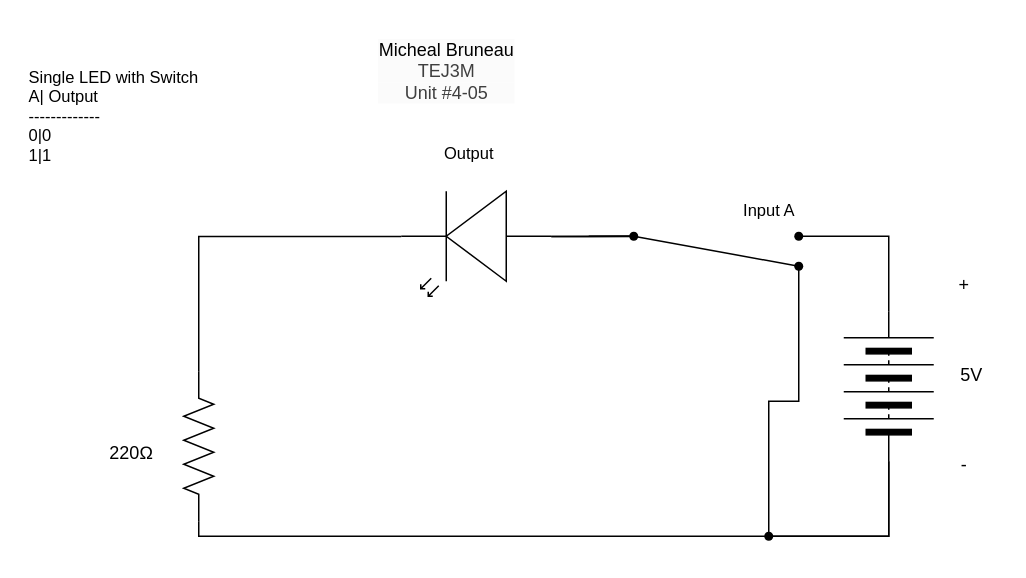
The draw.io diagram TEJ3M 4-05/schematic diagram.drawio in michael-bruneau/TEJ3M-Unit-4, before the edit. Source tidied: cells renumbered, new cells numbered last; positions are measured from the earlier drawing's top-left corner, leaving out a move shared by most shapes. Both pictures are drawn from the tidied source at 150%, with x=0, y=0 at pixel (26, 26).
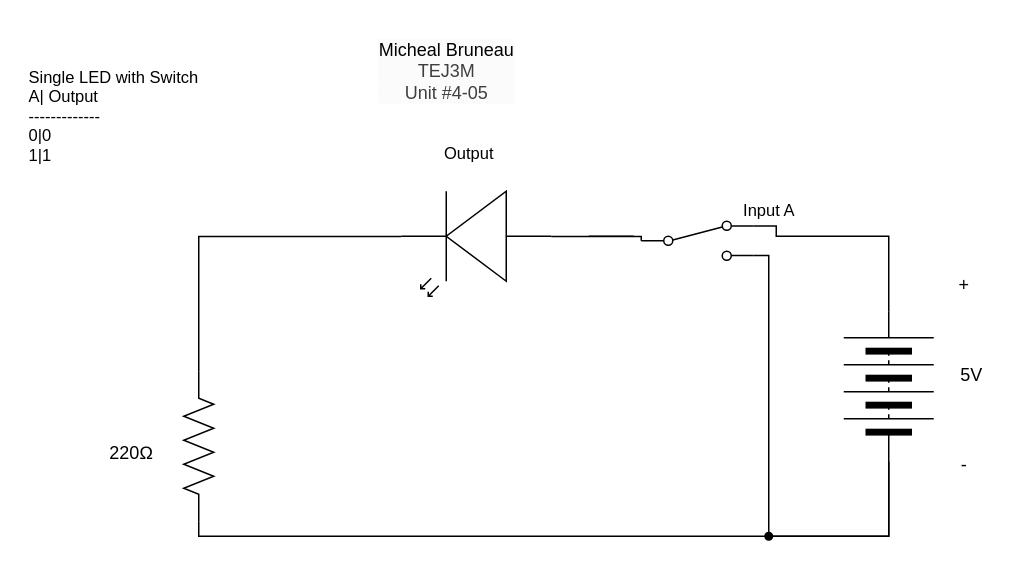
After the change.

The change refers to these unchanged cells:
```xml
<mxCell id="2" style="verticalLabelPosition=bottom;shadow=0;dashed=0;align=center;html=1;verticalAlign=top;shape=mxgraph.electrical.miscellaneous.batteryStack;rotation=-90;" parent="1" vertex="1">
  <mxGeometry x="525" y="210" width="100" height="60" as="geometry" />
</mxCell>
<mxCell id="6" style="verticalLabelPosition=bottom;shadow=0;dashed=0;align=center;html=1;verticalAlign=top;shape=mxgraph.electrical.opto_electronics.led_2;rotation=-180;" parent="1" vertex="1">
  <mxGeometry x="250" y="110" width="100" height="70" as="geometry" />
</mxCell>
<mxCell id="23" style="shape=waypoint;sketch=0;fillStyle=solid;size=6;points=[];fillColor=none;perimeter=centerPerimeter;snapToPoint=1;fontFamily=Helvetica;fontSize=11;fontColor=default;labelBackgroundColor=default;" parent="1" vertex="1">
  <mxGeometry x="485" y="330" width="20" height="20" as="geometry" />
</mxCell>
```

The edit, as a diff of the source:
```diff
@@
-    <mxCell id="12" style="edgeStyle=orthogonalEdgeStyle;shape=connector;curved=0;rounded=0;html=1;exitDx=0;exitDy=0;exitPerimeter=0;strokeColor=default;align=center;verticalAlign=middle;fontFamily=Helvetica;fontSize=11;fontColor=default;labelBackgroundColor=default;endArrow=none;endFill=0;" parent="1" edge="1" source="14">
+    <mxCell id="12" style="edgeStyle=orthogonalEdgeStyle;shape=connector;curved=0;rounded=0;html=1;exitDx=0;exitDy=0;exitPerimeter=0;strokeColor=default;align=center;verticalAlign=middle;fontFamily=Helvetica;fontSize=11;fontColor=default;labelBackgroundColor=default;endArrow=none;endFill=0;" parent="1" edge="1">
       <mxGeometry relative="1" as="geometry">
+        <mxPoint x="405" y="140" as="sourcePoint" />
         <mxPoint x="405" y="140" as="targetPoint" />
         <Array as="points">
           <mxPoint x="375" y="140" />
           <mxPoint x="375" y="140" />
         </Array>
       </mxGeometry>
     </mxCell>
-    <mxCell id="13" style="edgeStyle=orthogonalEdgeStyle;shape=connector;curved=0;rounded=0;html=1;exitX=0;exitY=0.57;exitDx=0;exitDy=0;exitPerimeter=0;strokeColor=default;align=center;verticalAlign=middle;fontFamily=Helvetica;fontSize=11;fontColor=default;labelBackgroundColor=default;endArrow=none;endFill=0;" parent="1" edge="1" source="6" target="14">
-      <mxGeometry relative="1" as="geometry" />
+    <mxCell id="13" style="edgeStyle=orthogonalEdgeStyle;shape=connector;curved=0;rounded=0;html=1;exitX=0;exitY=0.57;exitDx=0;exitDy=0;exitPerimeter=0;strokeColor=default;align=center;verticalAlign=middle;fontFamily=Helvetica;fontSize=11;fontColor=default;labelBackgroundColor=default;endArrow=none;endFill=0;entryX=0;entryY=0.5;entryDx=0;entryDy=0;" parent="1" edge="1" source="6" target="26">
+      <mxGeometry relative="1" as="geometry">
+        <Array as="points">
+          <mxPoint x="410" y="140" />
+        </Array>
+      </mxGeometry>
     </mxCell>
-    <mxCell id="14" style="shape=waypoint;sketch=0;fillStyle=solid;size=6;points=[];fillColor=none;perimeter=centerPerimeter;snapToPoint=1;fontFamily=Helvetica;fontSize=11;fontColor=default;labelBackgroundColor=default;" parent="1" vertex="1">
-      <mxGeometry x="395" y="130" width="20" height="20" as="geometry" />
-    </mxCell>
-    <mxCell id="15" style="shape=waypoint;sketch=0;fillStyle=solid;size=6;points=[];fillColor=none;perimeter=centerPerimeter;snapToPoint=1;fontFamily=Helvetica;fontSize=11;fontColor=default;labelBackgroundColor=default;" parent="1" vertex="1">
-      <mxGeometry x="505" y="150" width="20" height="20" as="geometry" />
-    </mxCell>
-    <mxCell id="16" style="shape=waypoint;sketch=0;fillStyle=solid;size=6;points=[];fillColor=none;perimeter=centerPerimeter;snapToPoint=1;fontFamily=Helvetica;fontSize=11;fontColor=default;labelBackgroundColor=default;" parent="1" vertex="1">
-      <mxGeometry x="505" y="130" width="20" height="20" as="geometry" />
-    </mxCell>
-    <mxCell id="17" style="edgeStyle=orthogonalEdgeStyle;shape=connector;curved=0;rounded=0;html=1;exitX=1;exitY=0.5;exitDx=0;exitDy=0;entryX=1.1;entryY=0.6;entryDx=0;entryDy=0;entryPerimeter=0;strokeColor=default;align=center;verticalAlign=middle;fontFamily=Helvetica;fontSize=11;fontColor=default;labelBackgroundColor=default;endArrow=none;endFill=0;" parent="1" edge="1" source="2" target="16">
+    <mxCell id="17" style="edgeStyle=orthogonalEdgeStyle;shape=connector;curved=0;rounded=0;html=1;exitX=1;exitY=0.5;exitDx=0;exitDy=0;entryX=1;entryY=0.12;entryDx=0;entryDy=0;strokeColor=default;align=center;verticalAlign=middle;fontFamily=Helvetica;fontSize=11;fontColor=default;labelBackgroundColor=default;endArrow=none;endFill=0;" parent="1" edge="1" source="2" target="26">
       <mxGeometry relative="1" as="geometry">
         <Array as="points">
           <mxPoint x="575" y="140" />
+          <mxPoint x="500" y="140" />
         </Array>
       </mxGeometry>
     </mxCell>
-    <mxCell id="18" style="edgeStyle=orthogonalEdgeStyle;shape=connector;curved=0;rounded=0;html=1;exitDx=0;exitDy=0;entryX=0.55;entryY=0.95;entryDx=0;entryDy=0;entryPerimeter=0;strokeColor=default;align=center;verticalAlign=middle;fontFamily=Helvetica;fontSize=11;fontColor=default;labelBackgroundColor=default;endArrow=none;endFill=0;" parent="1" edge="1" source="23" target="15">
+    <mxCell id="18" style="edgeStyle=orthogonalEdgeStyle;shape=connector;curved=0;rounded=0;html=1;exitDx=0;exitDy=0;entryX=1;entryY=0.88;entryDx=0;entryDy=0;strokeColor=default;align=center;verticalAlign=middle;fontFamily=Helvetica;fontSize=11;fontColor=default;labelBackgroundColor=default;endArrow=none;endFill=0;" parent="1" edge="1" source="23" target="26">
       <mxGeometry relative="1" as="geometry" />
     </mxCell>
@@
-    <mxCell id="21" style="shape=connector;rounded=0;html=1;exitX=0;exitY=0.57;exitDx=0;exitDy=0;exitPerimeter=0;entryX=-0.019;entryY=0.512;entryDx=0;entryDy=0;entryPerimeter=0;strokeColor=default;align=center;verticalAlign=middle;fontFamily=Helvetica;fontSize=11;fontColor=default;labelBackgroundColor=default;endArrow=none;endFill=0;" parent="1" edge="1" source="6" target="15">
-      <mxGeometry relative="1" as="geometry">
-        <Array as="points">
-          <mxPoint x="405" y="140" />
-        </Array>
-      </mxGeometry>
-    </mxCell>
@@
+    <mxCell id="26" style="html=1;shape=mxgraph.electrical.electro-mechanical.twoWaySwitch;elSwitchState=2;" parent="1" vertex="1">
+      <mxGeometry x="410" y="130" width="75" height="26" as="geometry" />
+    </mxCell>
```
